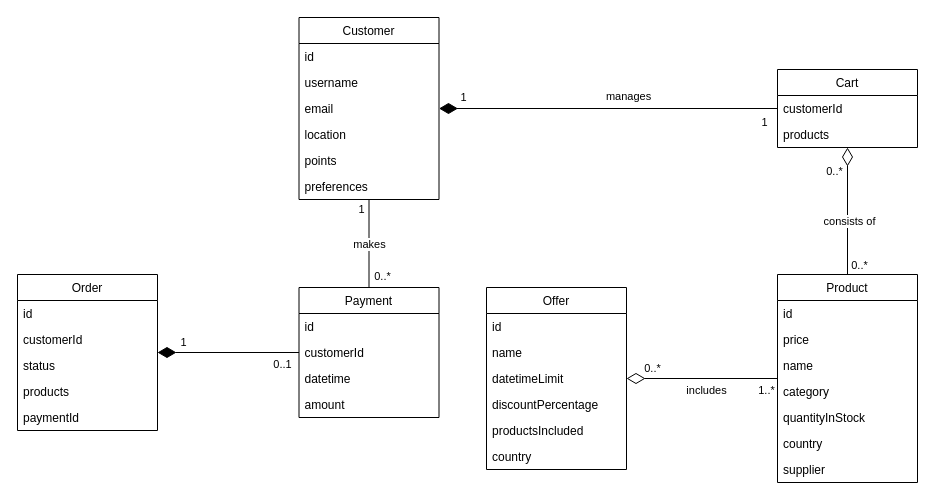
The draw.io diagram diagrams/domain-model.drawio in youssef-attai-fcai-cu/system-analysis-project, before the edit. Source tidied: cells renumbered, new cells numbered last; positions are measured from the earlier drawing's top-left corner, leaving out a move shared by most shapes. Both pictures are drawn from the tidied source at 100%, with x=0, y=0 at pixel (17, 17).
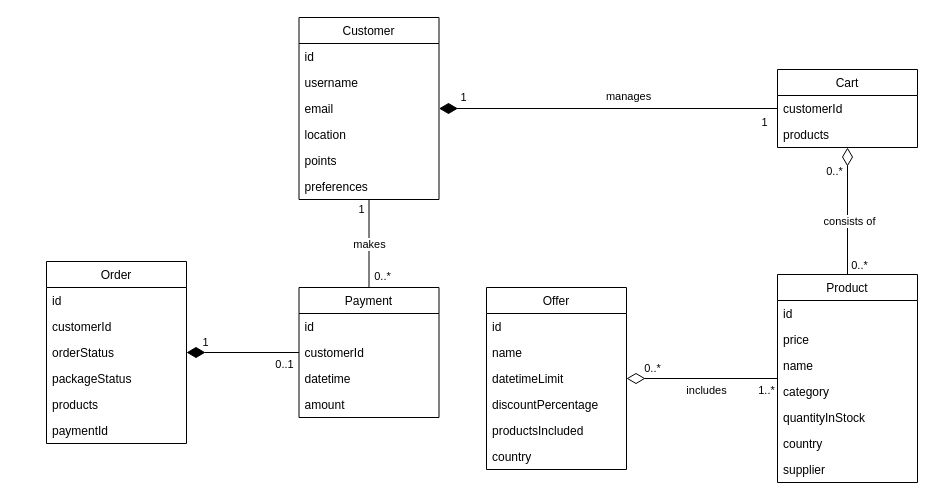
The same page after the edit.

Commit message:
Update Order class

- Rename status to orderStatus
- Add packageStatus

What changed in the source:
```diff
@@
     <mxCell id="51" value="Order" style="swimlane;fontStyle=0;horizontal=1;startSize=26;fillColor=none;" parent="1" vertex="1">
-      <mxGeometry y="257" width="140" height="156" as="geometry" />
+      <mxGeometry x="29" y="244" width="140" height="182" as="geometry" />
     </mxCell>
@@
-    <mxCell id="54" value="status" style="text;strokeColor=none;fillColor=none;align=left;verticalAlign=top;spacingLeft=4;spacingRight=4;overflow=hidden;" parent="51" vertex="1">
+    <mxCell id="54" value="orderStatus" style="text;strokeColor=none;fillColor=none;align=left;verticalAlign=top;spacingLeft=4;spacingRight=4;overflow=hidden;" parent="51" vertex="1">
       <mxGeometry y="78" width="140" height="26" as="geometry" />
     </mxCell>
+    <mxCell id="57" value="packageStatus" style="text;strokeColor=none;fillColor=none;align=left;verticalAlign=top;spacingLeft=4;spacingRight=4;overflow=hidden;" parent="51" vertex="1">
+      <mxGeometry y="104" width="140" height="26" as="geometry" />
+    </mxCell>
     <mxCell id="55" value="products" style="text;strokeColor=none;fillColor=none;align=left;verticalAlign=top;spacingLeft=4;spacingRight=4;overflow=hidden;" parent="51" vertex="1">
-      <mxGeometry y="104" width="140" height="26" as="geometry" />
+      <mxGeometry y="130" width="140" height="26" as="geometry" />
     </mxCell>
     <mxCell id="56" value="paymentId" style="text;strokeColor=none;fillColor=none;align=left;verticalAlign=top;spacingLeft=4;spacingRight=4;overflow=hidden;" parent="51" vertex="1">
-      <mxGeometry y="130" width="140" height="26" as="geometry" />
+      <mxGeometry y="156" width="140" height="26" as="geometry" />
     </mxCell>
```
